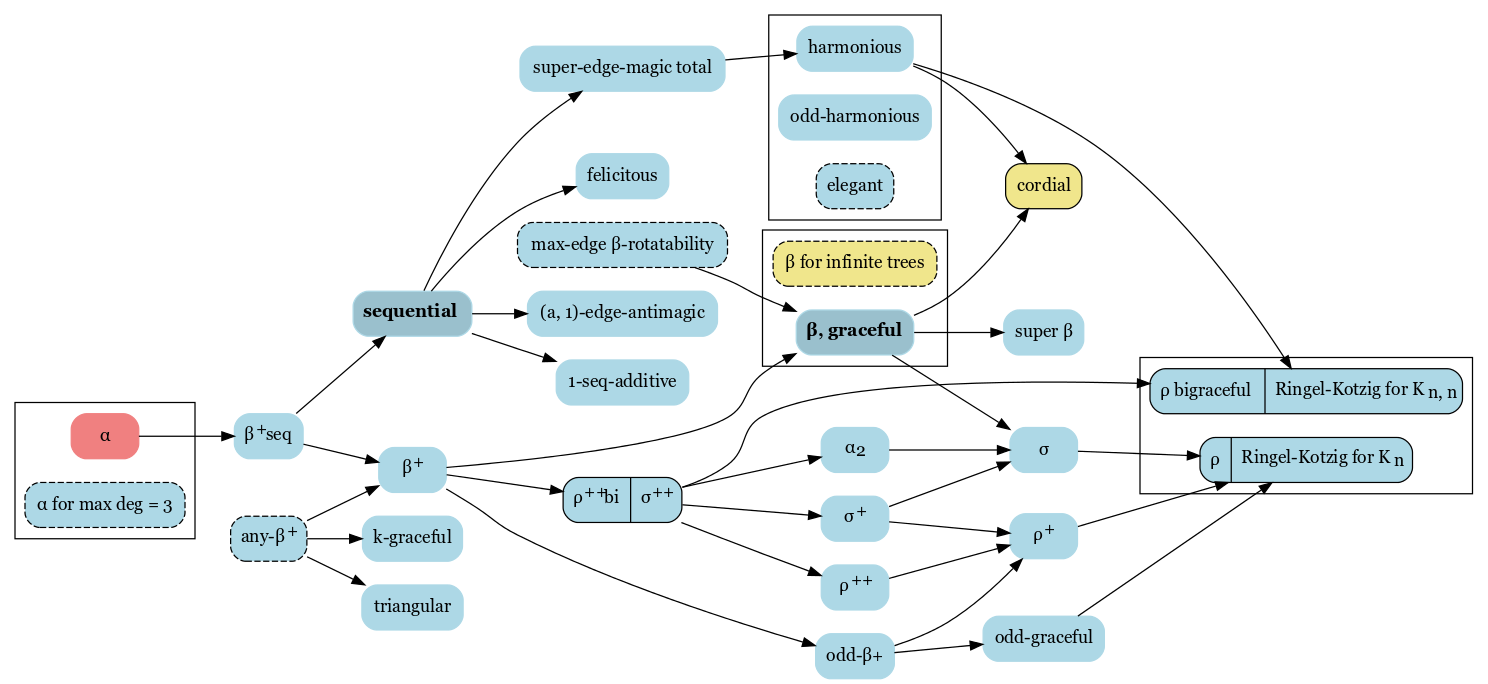
gexahedron/graceful-labeling keeps this Graphviz diagram as diagram/tree_labelings.png. Above is the earlier version. Its source is kept beside it as diagram/tree_labelings.dot.
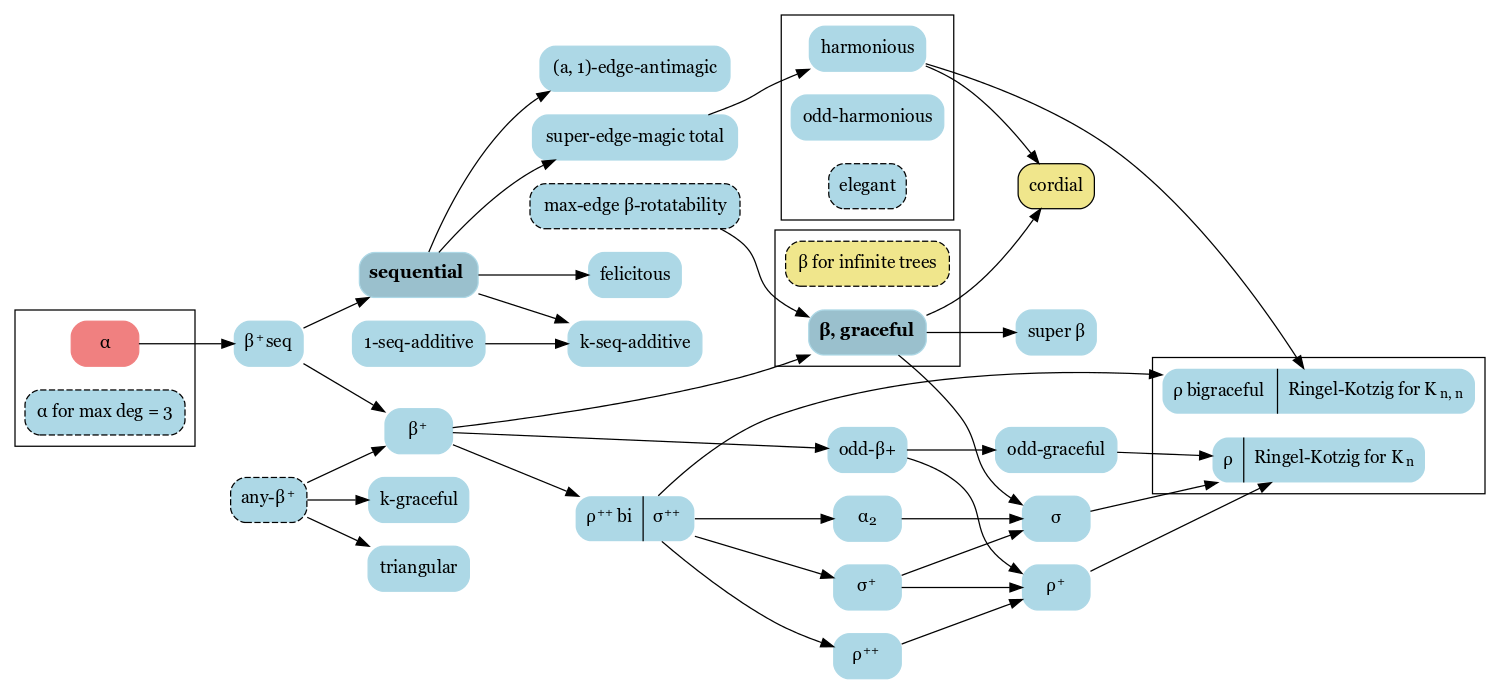
After the commit.

Change to the diagram source:
```diff
@@ -102,8 +102,10 @@
 
     antimagic [label="(a, 1)-edge-antimagic"]
     seq -> antimagic
-    seq_add [label="1-seq-additive"]
-    seq -> seq_add
+    one_seq_add [label="1-seq-additive"]
+    k_seq_add [label="k-seq-additive"]
+    seq -> k_seq_add
+    one_seq_add -> k_seq_add
 
     alpha_2 [label=<α<SUB>2</SUB>>]
     rho_sigma -> alpha_2
```
